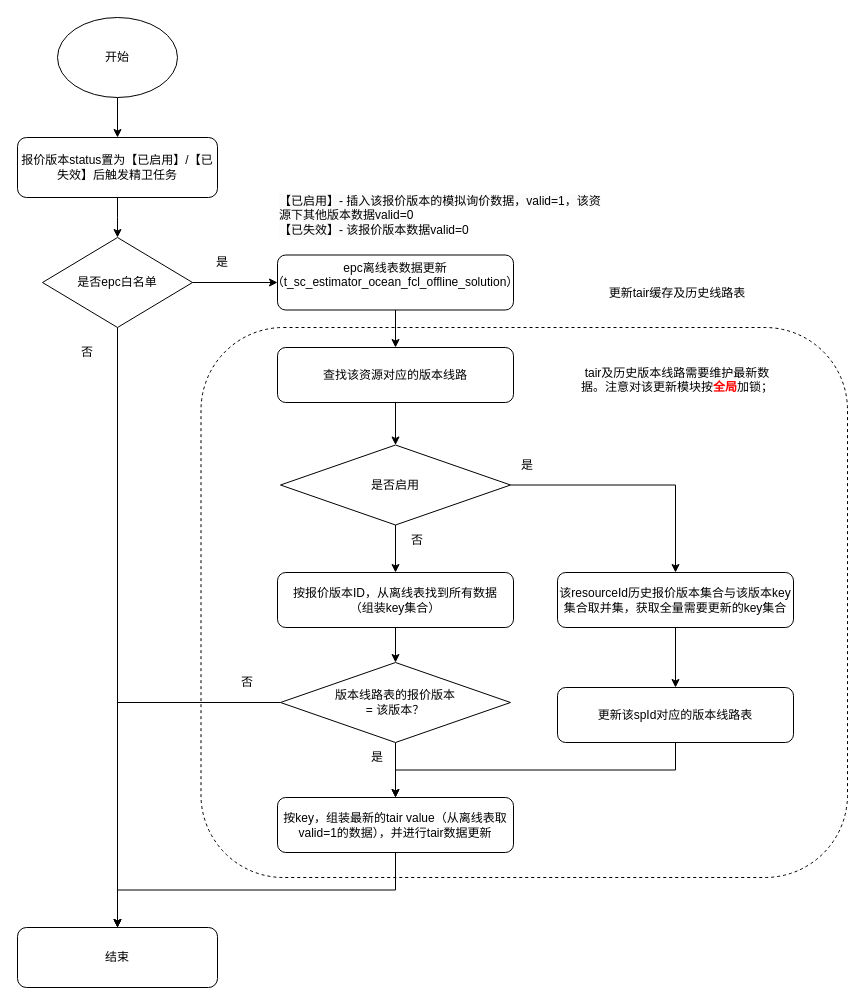
heyrry/hello keeps this draw.io diagram as 估价器买家海整报价启用.drawio. Above is the earlier version. Source tidied: cells renumbered, new cells numbered last; positions are measured from the earlier drawing's top-left corner, leaving out a move shared by most shapes. Both pictures are drawn from the tidied source at 100%, with x=0, y=0 at pixel (17, 17).
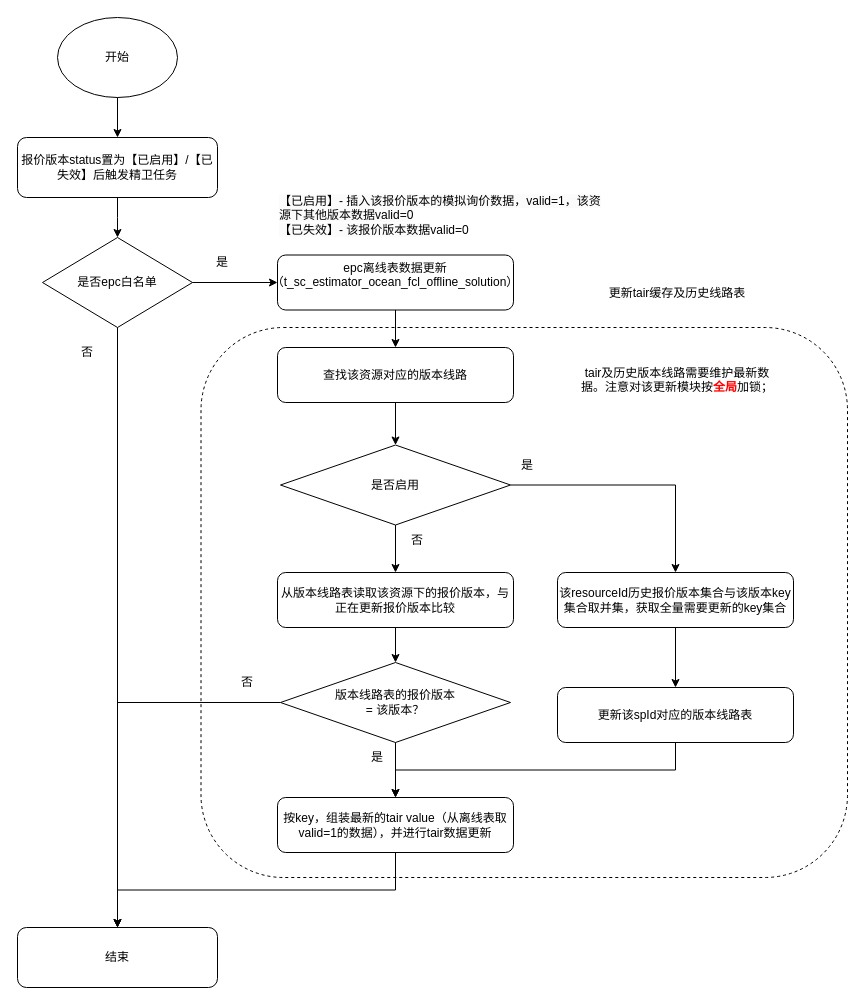
Above is the later version.

Commit message:
更新估价器买家海整报价启用.drawio

The edit, as a diff of the source:
```diff
@@
-    <mxCell id="26" value="按报价版本ID，从离线表找到所有数据&lt;div&gt;（组装key集合&lt;span style=&quot;background-color: initial;&quot;&gt;）&lt;/span&gt;&lt;/div&gt;" style="rounded=1;whiteSpace=wrap;html=1;fillColor=none;" parent="1" vertex="1">
+    <mxCell id="26" value="从版本线路表读取该资源下的报价版本，与正在更新报价版本比较" style="rounded=1;whiteSpace=wrap;html=1;fillColor=none;" parent="1" vertex="1">
       <mxGeometry x="260" y="555" width="236" height="55" as="geometry" />
     </mxCell>
```
